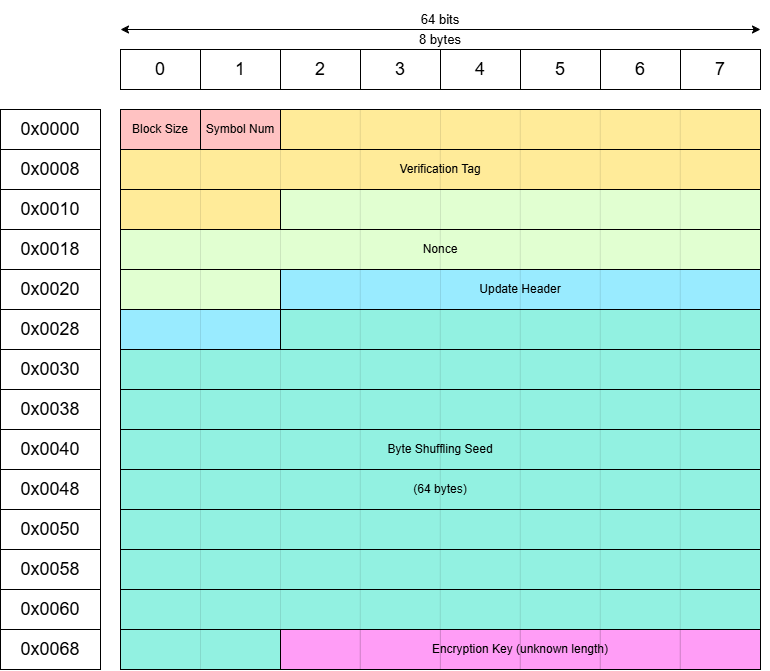
Jebbex1/Stegastatter keeps this draw.io diagram as docs/uml_diagrams/generic_token_structure.drawio.png. Above is the earlier version. Source tidied: cells renumbered, new cells last; positions are measured from the earlier drawing's top-left corner, leaving out a move shared by most shapes.
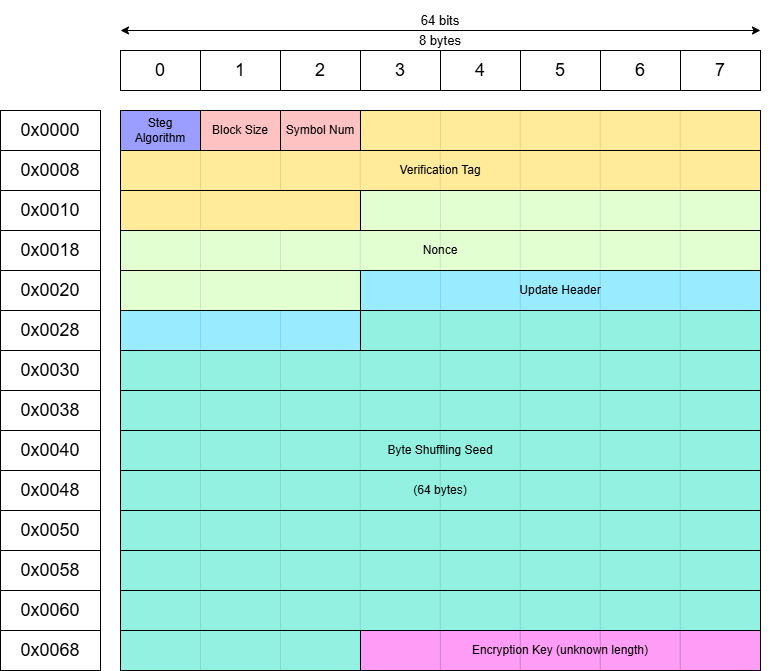
Above is the later version.

The edit, as a diff of the source:
```diff
@@ -35,38 +35,38 @@
     <mxCell id="11" value="&lt;font style=&quot;font-size: 18px;&quot;&gt;7&lt;/font&gt;" style="rounded=0;whiteSpace=wrap;html=1;fontColor=light-dark(#000000,#000000);strokeColor=light-dark(#000000,#000000);fillColor=none;" parent="1" vertex="1">
       <mxGeometry x="680" y="50" width="80" height="40" as="geometry" />
     </mxCell>
-    <mxCell id="12" value="Verification Tag" style="rounded=0;whiteSpace=wrap;html=1;fontColor=light-dark(#000000,#000000);strokeColor=light-dark(#000000,#000000);fillColor=light-dark(#FFFFFF,#FFEB99);" parent="1" vertex="1">
+    <mxCell id="12" value="Verification Tag" style="rounded=0;whiteSpace=wrap;html=1;fontColor=light-dark(#000000,#000000);strokeColor=light-dark(#000000,#000000);fillColor=light-dark(#FFEB99,#FFEB99);" parent="1" vertex="1">
       <mxGeometry x="120" y="150" width="640" height="40" as="geometry" />
     </mxCell>
-    <mxCell id="13" style="rounded=0;whiteSpace=wrap;html=1;fontColor=light-dark(#000000,#000000);strokeColor=light-dark(#000000,#000000);fillColor=light-dark(#FFFFFF,#FFEB99);" parent="1" vertex="1">
-      <mxGeometry x="120" y="190" width="160" height="40" as="geometry" />
+    <mxCell id="13" style="rounded=0;whiteSpace=wrap;html=1;fontColor=light-dark(#000000,#000000);strokeColor=light-dark(#000000,#000000);fillColor=light-dark(#FFEB99,#FFEB99);" parent="1" vertex="1">
+      <mxGeometry x="120" y="190" width="240" height="40" as="geometry" />
     </mxCell>
-    <mxCell id="14" style="rounded=0;whiteSpace=wrap;html=1;fontColor=light-dark(#000000,#000000);strokeColor=light-dark(#000000,#000000);fillColor=light-dark(#FFFFFF,#E1FFD1);" parent="1" vertex="1">
-      <mxGeometry x="280" y="190" width="480" height="40" as="geometry" />
+    <mxCell id="14" style="rounded=0;whiteSpace=wrap;html=1;fontColor=light-dark(#000000,#000000);strokeColor=light-dark(#000000,#000000);fillColor=light-dark(#E1FFD1,#E1FFD1);" parent="1" vertex="1">
+      <mxGeometry x="360" y="190" width="400" height="40" as="geometry" />
     </mxCell>
-    <mxCell id="15" value="Nonce" style="rounded=0;whiteSpace=wrap;html=1;fontColor=light-dark(#000000,#000000);strokeColor=light-dark(#000000,#000000);fillColor=light-dark(#FFFFFF,#E1FFD1);" parent="1" vertex="1">
+    <mxCell id="15" value="Nonce" style="rounded=0;whiteSpace=wrap;html=1;fontColor=light-dark(#000000,#000000);strokeColor=light-dark(#000000,#000000);fillColor=light-dark(#E1FFD1,#E1FFD1);" parent="1" vertex="1">
       <mxGeometry x="120" y="230" width="640" height="40" as="geometry" />
     </mxCell>
-    <mxCell id="16" style="rounded=0;whiteSpace=wrap;html=1;fontColor=light-dark(#000000,#000000);strokeColor=light-dark(#000000,#000000);fillColor=light-dark(#FFFFFF,#E1FFD1);" parent="1" vertex="1">
-      <mxGeometry x="120" y="270" width="160" height="40" as="geometry" />
+    <mxCell id="16" style="rounded=0;whiteSpace=wrap;html=1;fontColor=light-dark(#000000,#000000);strokeColor=light-dark(#000000,#000000);fillColor=light-dark(#E1FFD1,#E1FFD1);" parent="1" vertex="1">
+      <mxGeometry x="120" y="270" width="240" height="40" as="geometry" />
     </mxCell>
     <mxCell id="17" value="Update Header" style="rounded=0;whiteSpace=wrap;html=1;fontColor=light-dark(#000000,#000000);strokeColor=light-dark(#000000,#000000);fillColor=#99EBFF;" parent="1" vertex="1">
-      <mxGeometry x="280" y="270" width="480" height="40" as="geometry" />
+      <mxGeometry x="360" y="270" width="400" height="40" as="geometry" />
     </mxCell>
     <mxCell id="18" style="rounded=0;whiteSpace=wrap;html=1;fontColor=light-dark(#000000,#000000);strokeColor=light-dark(#000000,#000000);fillColor=#99EBFF;" parent="1" vertex="1">
-      <mxGeometry x="120" y="310" width="160" height="40" as="geometry" />
+      <mxGeometry x="120" y="310" width="240" height="40" as="geometry" />
     </mxCell>
-    <mxCell id="19" value="Block Size" style="rounded=0;whiteSpace=wrap;html=1;fontColor=light-dark(#000000,#000000);strokeColor=light-dark(#000000,#000000);fillColor=light-dark(#FFFFFF,#FFC2C2);" parent="1" vertex="1">
-      <mxGeometry x="120" y="110" width="80" height="40" as="geometry" />
+    <mxCell id="19" value="Block Size" style="rounded=0;whiteSpace=wrap;html=1;fontColor=light-dark(#000000,#000000);strokeColor=light-dark(#000000,#000000);fillColor=light-dark(#FFC2C2,#FFC2C2);" parent="1" vertex="1">
+      <mxGeometry x="200" y="110" width="80" height="40" as="geometry" />
     </mxCell>
-    <mxCell id="20" value="Symbol Num" style="rounded=0;whiteSpace=wrap;html=1;fontColor=light-dark(#000000,#000000);strokeColor=light-dark(#000000,#000000);fillColor=light-dark(#FFFFFF,#FFC2C2);" parent="1" vertex="1">
-      <mxGeometry x="200" y="110" width="80" height="40" as="geometry" />
+    <mxCell id="20" value="Symbol Num" style="rounded=0;whiteSpace=wrap;html=1;fontColor=light-dark(#000000,#000000);strokeColor=light-dark(#000000,#000000);fillColor=light-dark(#FFC2C2,#FFC2C2);" parent="1" vertex="1">
+      <mxGeometry x="280" y="110" width="80" height="40" as="geometry" />
     </mxCell>
-    <mxCell id="21" style="rounded=0;whiteSpace=wrap;html=1;fontColor=light-dark(#000000,#000000);strokeColor=light-dark(#000000,#000000);fillColor=light-dark(#FFFFFF,#FFEB99);" parent="1" vertex="1">
-      <mxGeometry x="280" y="110" width="480" height="40" as="geometry" />
+    <mxCell id="21" style="rounded=0;whiteSpace=wrap;html=1;fontColor=light-dark(#000000,#000000);strokeColor=light-dark(#000000,#000000);fillColor=light-dark(#FFEB99,#FFEB99);" parent="1" vertex="1">
+      <mxGeometry x="360" y="110" width="400" height="40" as="geometry" />
     </mxCell>
     <mxCell id="22" value="Encryption Key (u&lt;span style=&quot;background-color: transparent;&quot;&gt;nknown length)&lt;/span&gt;" style="rounded=0;whiteSpace=wrap;html=1;fontColor=light-dark(#000000,#000000);strokeColor=light-dark(#000000,#000000);fillColor=#FF9DF6;" parent="1" vertex="1">
-      <mxGeometry x="280" y="630" width="480" height="40" as="geometry" />
+      <mxGeometry x="360" y="630" width="400" height="40" as="geometry" />
     </mxCell>
     <mxCell id="23" style="endArrow=none;html=1;rounded=0;strokeColor=#000000;strokeWidth=0;" parent="1" edge="1">
       <mxGeometry relative="1" as="geometry">
@@ -311,8 +311,8 @@
         <mxPoint x="679.8" y="630" as="targetPoint" />
       </mxGeometry>
     </mxCell>
-    <mxCell id="67" style="rounded=0;whiteSpace=wrap;html=1;fontColor=light-dark(#000000,#000000);strokeColor=light-dark(#000000,#000000);fillColor=light-dark(#FFFFFF,#92F1E1);" parent="1" vertex="1">
-      <mxGeometry x="280" y="310" width="480" height="40" as="geometry" />
+    <mxCell id="67" style="rounded=0;whiteSpace=wrap;html=1;fontColor=light-dark(#000000,#000000);strokeColor=light-dark(#000000,#000000);fillColor=light-dark(#92F1E1,#92F1E1);" parent="1" vertex="1">
+      <mxGeometry x="360" y="310" width="400" height="40" as="geometry" />
     </mxCell>
     <mxCell id="68" style="endArrow=none;html=1;rounded=0;strokeColor=#000000;strokeWidth=0;" parent="1" edge="1">
       <mxGeometry relative="1" as="geometry">
@@ -380,7 +380,7 @@
     <mxCell id="82" value="&lt;font style=&quot;font-size: 18px;&quot;&gt;0x0068&lt;/font&gt;" style="rounded=0;whiteSpace=wrap;html=1;fontColor=light-dark(#000000,#000000);strokeColor=light-dark(#000000,#000000);fillColor=none;" parent="1" vertex="1">
       <mxGeometry y="630" width="100" height="40" as="geometry" />
     </mxCell>
-    <mxCell id="83" style="rounded=0;whiteSpace=wrap;html=1;fontColor=light-dark(#000000,#000000);strokeColor=light-dark(#000000,#000000);fillColor=light-dark(#FFFFFF,#92F1E1);" parent="1" vertex="1">
+    <mxCell id="83" style="rounded=0;whiteSpace=wrap;html=1;fontColor=light-dark(#000000,#000000);strokeColor=light-dark(#000000,#000000);fillColor=light-dark(#92F1E1,#92F1E1);" parent="1" vertex="1">
       <mxGeometry x="120" y="350" width="640" height="40" as="geometry" />
     </mxCell>
     <mxCell id="84" style="endArrow=none;html=1;rounded=0;strokeColor=#000000;strokeWidth=0;" parent="1" edge="1">
@@ -425,7 +425,7 @@
         <mxPoint x="679.8" y="350" as="targetPoint" />
       </mxGeometry>
     </mxCell>
-    <mxCell id="91" style="rounded=0;whiteSpace=wrap;html=1;fontColor=light-dark(#000000,#000000);strokeColor=light-dark(#000000,#000000);fillColor=light-dark(#FFFFFF,#92F1E1);" parent="1" vertex="1">
+    <mxCell id="91" style="rounded=0;whiteSpace=wrap;html=1;fontColor=light-dark(#000000,#000000);strokeColor=light-dark(#000000,#000000);fillColor=light-dark(#92F1E1,#92F1E1);" parent="1" vertex="1">
       <mxGeometry x="120" y="390" width="640" height="40" as="geometry" />
     </mxCell>
     <mxCell id="92" style="endArrow=none;html=1;rounded=0;strokeColor=#000000;strokeWidth=0;" parent="1" edge="1">
@@ -470,7 +470,7 @@
         <mxPoint x="679.8" y="390" as="targetPoint" />
       </mxGeometry>
     </mxCell>
-    <mxCell id="99" value="Byte Shuffling Seed" style="rounded=0;whiteSpace=wrap;html=1;fontColor=light-dark(#000000,#000000);strokeColor=light-dark(#000000,#000000);fillColor=light-dark(#FFFFFF,#92F1E1);" parent="1" vertex="1">
+    <mxCell id="99" value="Byte Shuffling Seed" style="rounded=0;whiteSpace=wrap;html=1;fontColor=light-dark(#000000,#000000);strokeColor=light-dark(#000000,#000000);fillColor=light-dark(#92F1E1,#92F1E1);" parent="1" vertex="1">
       <mxGeometry x="120" y="430" width="640" height="40" as="geometry" />
     </mxCell>
     <mxCell id="100" style="endArrow=none;html=1;rounded=0;strokeColor=#000000;strokeWidth=0;" parent="1" edge="1">
@@ -521,7 +521,7 @@
         <mxPoint x="200" y="550" as="targetPoint" />
       </mxGeometry>
     </mxCell>
-    <mxCell id="108" value="(64 bytes)" style="rounded=0;whiteSpace=wrap;html=1;fontColor=light-dark(#000000,#000000);strokeColor=light-dark(#000000,#000000);fillColor=light-dark(#FFFFFF,#92F1E1);" parent="1" vertex="1">
+    <mxCell id="108" value="(64 bytes)" style="rounded=0;whiteSpace=wrap;html=1;fontColor=light-dark(#000000,#000000);strokeColor=light-dark(#000000,#000000);fillColor=light-dark(#92F1E1,#92F1E1);" parent="1" vertex="1">
       <mxGeometry x="120" y="470" width="640" height="40" as="geometry" />
     </mxCell>
     <mxCell id="109" style="endArrow=none;html=1;rounded=0;strokeColor=#000000;strokeWidth=0;" parent="1" edge="1">
@@ -566,7 +566,7 @@
         <mxPoint x="679.8" y="470" as="targetPoint" />
       </mxGeometry>
     </mxCell>
-    <mxCell id="116" style="rounded=0;whiteSpace=wrap;html=1;fontColor=light-dark(#000000,#000000);strokeColor=light-dark(#000000,#000000);fillColor=light-dark(#FFFFFF,#92F1E1);" parent="1" vertex="1">
+    <mxCell id="116" style="rounded=0;whiteSpace=wrap;html=1;fontColor=light-dark(#000000,#000000);strokeColor=light-dark(#000000,#000000);fillColor=light-dark(#92F1E1,#92F1E1);" parent="1" vertex="1">
       <mxGeometry x="120" y="510" width="640" height="40" as="geometry" />
     </mxCell>
     <mxCell id="117" style="endArrow=none;html=1;rounded=0;strokeColor=#000000;strokeWidth=0;" parent="1" edge="1">
@@ -611,7 +611,7 @@
         <mxPoint x="679.8" y="510" as="targetPoint" />
       </mxGeometry>
     </mxCell>
-    <mxCell id="124" style="rounded=0;whiteSpace=wrap;html=1;fontColor=light-dark(#000000,#000000);strokeColor=light-dark(#000000,#000000);fillColor=light-dark(#FFFFFF,#92F1E1);" parent="1" vertex="1">
+    <mxCell id="124" style="rounded=0;whiteSpace=wrap;html=1;fontColor=light-dark(#000000,#000000);strokeColor=light-dark(#000000,#000000);fillColor=light-dark(#92F1E1,#92F1E1);" parent="1" vertex="1">
       <mxGeometry x="120" y="550" width="640" height="40" as="geometry" />
     </mxCell>
     <mxCell id="125" style="endArrow=none;html=1;rounded=0;strokeColor=#000000;strokeWidth=0;" parent="1" edge="1">
@@ -662,7 +662,7 @@
         <mxPoint x="200" y="590" as="targetPoint" />
       </mxGeometry>
     </mxCell>
-    <mxCell id="133" style="rounded=0;whiteSpace=wrap;html=1;fontColor=light-dark(#000000,#000000);strokeColor=light-dark(#000000,#000000);fillColor=light-dark(#FFFFFF,#92F1E1);" parent="1" vertex="1">
+    <mxCell id="133" style="rounded=0;whiteSpace=wrap;html=1;fontColor=light-dark(#000000,#000000);strokeColor=light-dark(#000000,#000000);fillColor=light-dark(#92F1E1,#92F1E1);" parent="1" vertex="1">
       <mxGeometry x="120" y="590" width="640" height="40" as="geometry" />
     </mxCell>
     <mxCell id="134" style="endArrow=none;html=1;rounded=0;strokeColor=#000000;strokeWidth=0;" parent="1" edge="1">
@@ -713,8 +713,8 @@
         <mxPoint x="200" y="630" as="targetPoint" />
       </mxGeometry>
     </mxCell>
-    <mxCell id="142" style="rounded=0;whiteSpace=wrap;html=1;fontColor=light-dark(#000000,#000000);strokeColor=light-dark(#000000,#000000);fillColor=light-dark(#FFFFFF,#92F1E1);" parent="1" vertex="1">
-      <mxGeometry x="120" y="630" width="160" height="40" as="geometry" />
+    <mxCell id="142" style="rounded=0;whiteSpace=wrap;html=1;fontColor=light-dark(#000000,#000000);strokeColor=light-dark(#000000,#000000);fillColor=light-dark(#92F1E1,#92F1E1);" parent="1" vertex="1">
+      <mxGeometry x="120" y="630" width="240" height="40" as="geometry" />
     </mxCell>
     <mxCell id="143" style="endArrow=none;html=1;rounded=0;strokeColor=#000000;strokeWidth=0;" parent="1" edge="1">
       <mxGeometry relative="1" as="geometry">
@@ -758,5 +758,8 @@
         <mxPoint x="679.8" y="630" as="targetPoint" />
       </mxGeometry>
     </mxCell>
+    <mxCell id="150" value="Steg Algorithm" style="rounded=0;whiteSpace=wrap;html=1;fontColor=light-dark(#000000,#000000);strokeColor=light-dark(#000000,#000000);fillColor=#9B9DFF;" parent="1" vertex="1">
+      <mxGeometry x="120" y="110" width="80" height="40" as="geometry" />
+    </mxCell>
   </root>
 </mxGraphModel>
```
